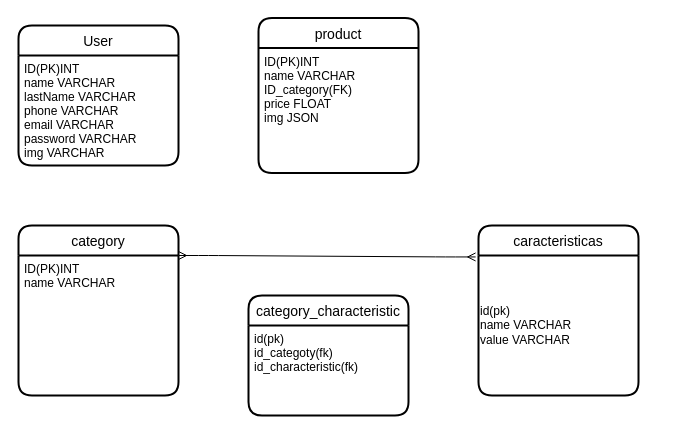
Above: gamerCave.drawio in santiagoBassi/grupo_8_gamercave (draw.io), before the change. Source tidied: cells renumbered, new cells numbered last; positions are measured from the earlier drawing's top-left corner, leaving out a move shared by most shapes. Both pictures are drawn from the tidied source at 100%, with x=0, y=0 at pixel (18, 17).
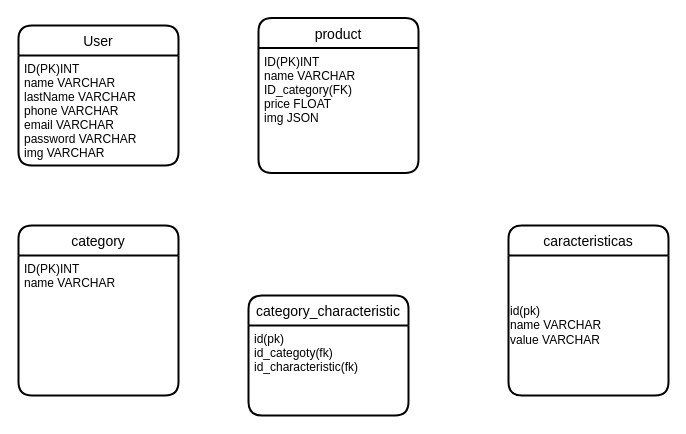
The same diagram, later.

Diff of the diagram source:
```diff
@@
 <mxGraphModel>
   <root>
     <mxCell id="0" />
     <mxCell id="1" parent="0" />
     <mxCell id="2" value="User" style="swimlane;horizontal=1;startSize=30;rounded=1;fontSize=14;fontStyle=0;strokeWidth=2;shadow=0;dashed=0;align=center;" parent="1" vertex="1">
       <mxGeometry y="8" width="160" height="140" as="geometry" />
     </mxCell>
     <mxCell id="3" value="ID(PK)INT&#10;name VARCHAR&#10;lastName VARCHAR&#10;phone VARCHAR&#10;email VARCHAR&#10;password VARCHAR&#10;img VARCHAR" style="align=left;strokeColor=none;fillColor=none;spacingLeft=4;fontSize=12;verticalAlign=top;" parent="2" vertex="1">
       <mxGeometry y="30" width="160" height="110" as="geometry" />
     </mxCell>
     <mxCell id="4" value="product" style="swimlane;horizontal=1;startSize=30;rounded=1;fontSize=14;fontStyle=0;strokeWidth=2;shadow=0;dashed=0;align=center;" parent="1" vertex="1">
       <mxGeometry x="240" y="0.5" width="160" height="155" as="geometry" />
     </mxCell>
     <mxCell id="5" value="ID(PK)INT&#10;name VARCHAR&#10;ID_category(FK)&#10;price FLOAT&#10;img JSON&#10;" style="align=left;strokeColor=none;fillColor=none;spacingLeft=4;fontSize=12;verticalAlign=top;" parent="4" vertex="1">
       <mxGeometry y="30" width="160" height="125" as="geometry" />
     </mxCell>
     <mxCell id="6" style="edgeStyle=orthogonalEdgeStyle;rounded=0;orthogonalLoop=1;jettySize=auto;html=1;exitX=0.5;exitY=1;exitDx=0;exitDy=0;" parent="4" edge="1" source="5" target="5">
       <mxGeometry relative="1" as="geometry" />
     </mxCell>
     <mxCell id="7" value="category" style="swimlane;horizontal=1;startSize=30;rounded=1;fontSize=14;fontStyle=0;strokeWidth=2;shadow=0;dashed=0;align=center;" parent="1" vertex="1">
       <mxGeometry y="208" width="160" height="170" as="geometry" />
     </mxCell>
     <mxCell id="8" value="ID(PK)INT&#10;name VARCHAR&#10;" style="align=left;strokeColor=none;fillColor=none;spacingLeft=4;fontSize=12;verticalAlign=top;" parent="7" vertex="1">
       <mxGeometry y="30" width="160" height="140" as="geometry" />
     </mxCell>
     <mxCell id="9" value="caracteristicas" style="swimlane;horizontal=1;startSize=30;rounded=1;fontSize=14;fontStyle=0;strokeWidth=2;shadow=0;dashed=0;align=center;" parent="1" vertex="1">
-      <mxGeometry x="460" y="208" width="160" height="170" as="geometry" />
+      <mxGeometry x="490" y="208" width="160" height="170" as="geometry" />
     </mxCell>
     <mxCell id="10" value="id(pk)&lt;br&gt;name VARCHAR&lt;br&gt;value VARCHAR" style="text;html=1;align=left;verticalAlign=middle;strokeColor=none;" parent="9" vertex="1">
       <mxGeometry y="30" width="160" height="140" as="geometry" />
     </mxCell>
     <mxCell id="11" value="category_characteristic" style="swimlane;horizontal=1;startSize=30;rounded=1;fontSize=14;fontStyle=0;strokeWidth=2;shadow=0;dashed=0;align=center;" parent="1" vertex="1">
       <mxGeometry x="230" y="278" width="160" height="120" as="geometry" />
     </mxCell>
     <mxCell id="12" value="id(pk)&#10;id_categoty(fk)&#10;id_characteristic(fk)" style="align=left;strokeColor=none;fillColor=none;spacingLeft=4;fontSize=12;verticalAlign=top;" parent="11" vertex="1">
       <mxGeometry y="30" width="160" height="90" as="geometry" />
     </mxCell>
-    <mxCell id="13" style="edgeStyle=entityRelationEdgeStyle;fontSize=12;html=1;endArrow=ERmany;startArrow=ERmany;exitX=1;exitY=0;exitDx=0;exitDy=0;entryX=-0.018;entryY=0.185;entryDx=0;entryDy=0;entryPerimeter=0;" parent="1" edge="1" source="8" target="9">
-      <mxGeometry relative="1" as="geometry" />
-    </mxCell>
   </root>
 </mxGraphModel>
```
